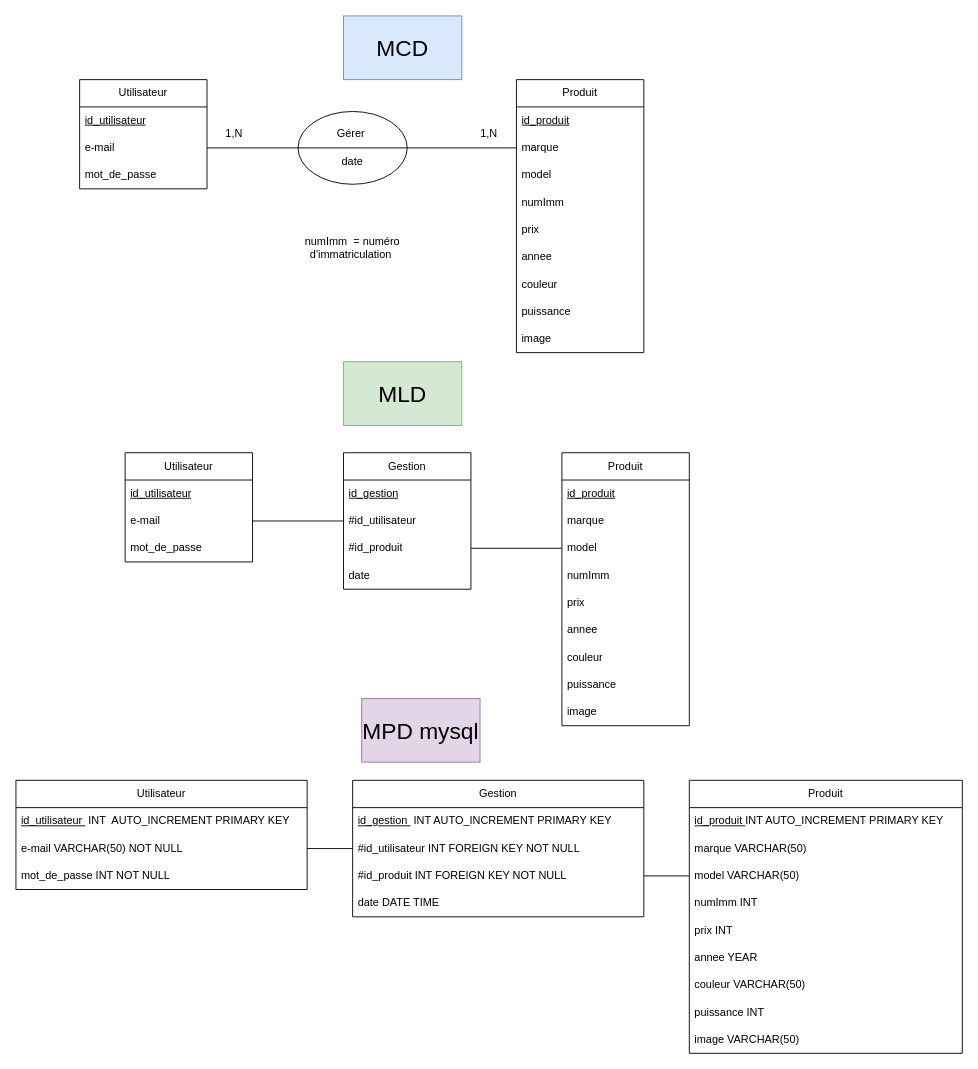
Before: Untitled Diagram.drawio in McleanServices/TROK-AN-NOU-FLUTTER, a draw.io diagram. Source tidied: cells renumbered, new cells numbered last; positions are measured from the earlier drawing's top-left corner, leaving out a move shared by most shapes. Both pictures are drawn from the tidied source at 91%, with x=0, y=0 at pixel (15, 15).
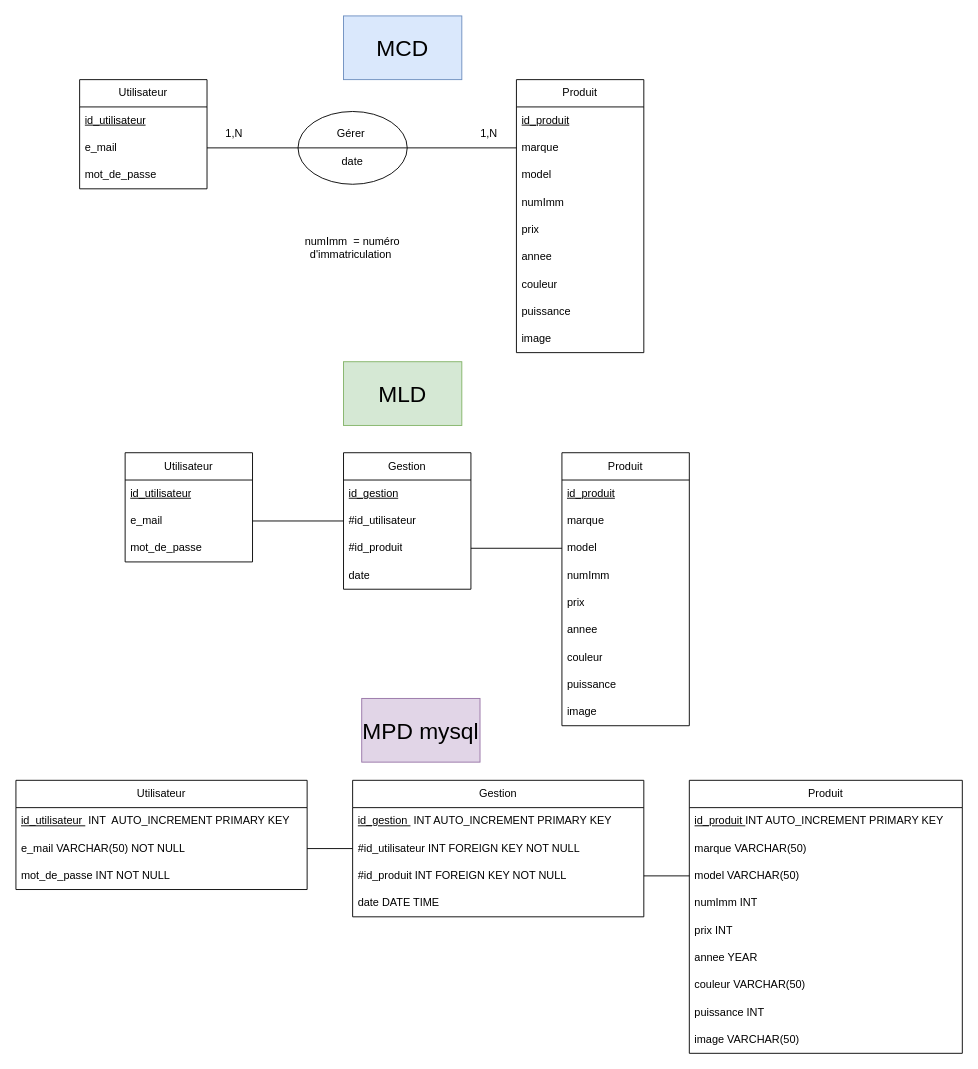
The same page after the edit.

The change refers to these unchanged cells:
```xml
<mxCell id="2" value="Utilisateur" style="swimlane;fontStyle=0;horizontal=1;startSize=30;whiteSpace=wrap;html=1;" parent="1" vertex="1">
  <mxGeometry x="70" y="70" width="140" height="120" as="geometry" />
</mxCell>
<mxCell id="23" value="Utilisateur" style="swimlane;fontStyle=0;horizontal=1;startSize=30;whiteSpace=wrap;html=1;" parent="1" vertex="1">
  <mxGeometry x="120" y="480" width="140" height="120" as="geometry" />
</mxCell>
<mxCell id="45" value="Utilisateur" style="swimlane;fontStyle=0;horizontal=1;startSize=30;whiteSpace=wrap;html=1;" parent="1" vertex="1">
  <mxGeometry y="840" width="320" height="120" as="geometry" />
</mxCell>
```

Diff of the diagram source:
```diff
@@
-    <mxCell id="4" value="e-mail" style="text;strokeColor=none;fillColor=none;align=left;verticalAlign=middle;spacingLeft=4;spacingRight=4;overflow=hidden;points=[[0,0.5],[1,0.5]];portConstraint=eastwest;whiteSpace=wrap;html=1;" parent="2" vertex="1">
+    <mxCell id="4" value="e_mail" style="text;strokeColor=none;fillColor=none;align=left;verticalAlign=middle;spacingLeft=4;spacingRight=4;overflow=hidden;points=[[0,0.5],[1,0.5]];portConstraint=eastwest;whiteSpace=wrap;html=1;" parent="2" vertex="1">
       <mxGeometry y="60" width="140" height="30" as="geometry" />
     </mxCell>
@@
-    <mxCell id="25" value="e-mail" style="text;strokeColor=none;fillColor=none;align=left;verticalAlign=middle;spacingLeft=4;spacingRight=4;overflow=hidden;points=[[0,0.5],[1,0.5]];portConstraint=eastwest;whiteSpace=wrap;html=1;" parent="23" vertex="1">
+    <mxCell id="25" value="e_mail" style="text;strokeColor=none;fillColor=none;align=left;verticalAlign=middle;spacingLeft=4;spacingRight=4;overflow=hidden;points=[[0,0.5],[1,0.5]];portConstraint=eastwest;whiteSpace=wrap;html=1;" parent="23" vertex="1">
       <mxGeometry y="60" width="140" height="30" as="geometry" />
     </mxCell>
@@
-    <mxCell id="47" value="e-mail VARCHAR(50) NOT NULL" style="text;strokeColor=none;fillColor=none;align=left;verticalAlign=middle;spacingLeft=4;spacingRight=4;overflow=hidden;points=[[0,0.5],[1,0.5]];portConstraint=eastwest;whiteSpace=wrap;html=1;" parent="45" vertex="1">
+    <mxCell id="47" value="e_mail VARCHAR(50) NOT NULL" style="text;strokeColor=none;fillColor=none;align=left;verticalAlign=middle;spacingLeft=4;spacingRight=4;overflow=hidden;points=[[0,0.5],[1,0.5]];portConstraint=eastwest;whiteSpace=wrap;html=1;" parent="45" vertex="1">
       <mxGeometry y="60" width="320" height="30" as="geometry" />
     </mxCell>
```
